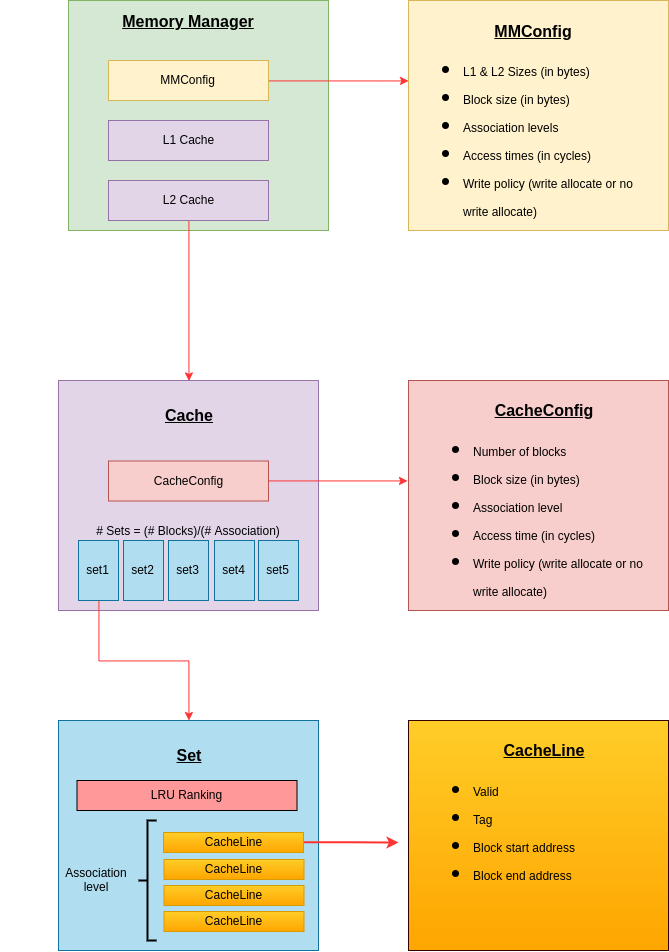
Above: Class Diagram (drawio).png in almogtzabari/computer_architecture_hw2_cache (draw.io), before the change. Source tidied: cells renumbered, new cells last; positions are measured from the earlier drawing's top-left corner, leaving out a move shared by most shapes.
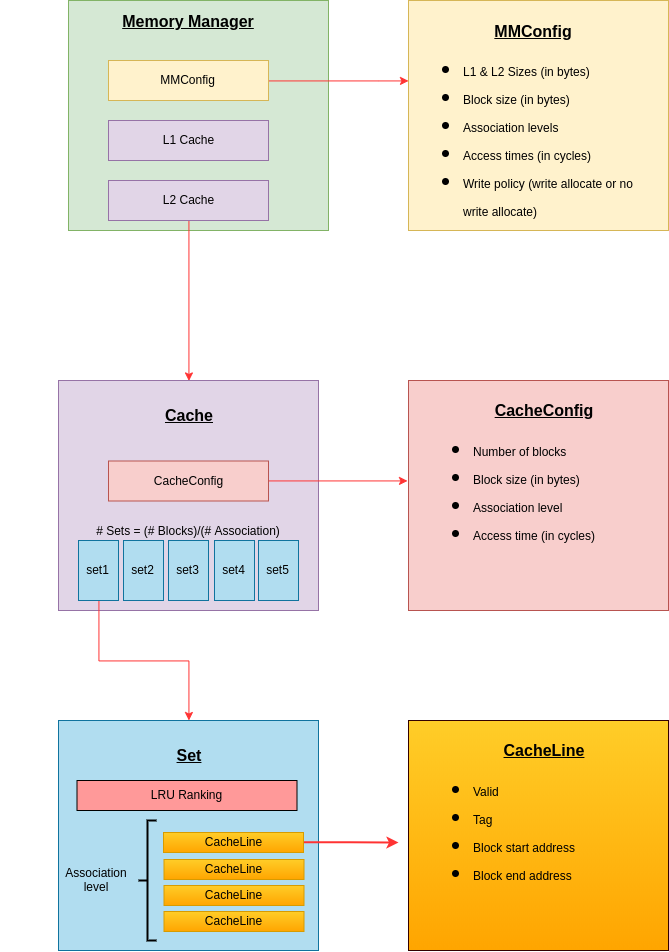
After the commit.

What changed in the source:
```diff
@@ -49,7 +49,7 @@
     <mxCell id="15" value="&lt;b&gt;&lt;u&gt;&lt;font style=&quot;font-size: 16px&quot;&gt;CacheConfig&lt;/font&gt;&lt;/u&gt;&lt;/b&gt;" style="text;html=1;strokeColor=none;fillColor=none;align=center;verticalAlign=middle;whiteSpace=wrap;rounded=0;" parent="1" vertex="1">
       <mxGeometry x="468" y="400" width="150" height="20" as="geometry" />
     </mxCell>
-    <mxCell id="16" value="&lt;h1&gt;&lt;ul&gt;&lt;li&gt;&lt;span style=&quot;font-size: 12px ; font-weight: 400&quot;&gt;Number of blocks&lt;/span&gt;&lt;/li&gt;&lt;li&gt;&lt;span style=&quot;font-size: 12px ; font-weight: 400&quot;&gt;Block size (in bytes)&lt;/span&gt;&lt;/li&gt;&lt;li&gt;&lt;span style=&quot;font-size: 12px ; font-weight: 400&quot;&gt;Association level&lt;/span&gt;&lt;/li&gt;&lt;li&gt;&lt;span style=&quot;font-size: 12px ; font-weight: 400&quot;&gt;Access time (in cycles)&lt;/span&gt;&lt;/li&gt;&lt;li&gt;&lt;span style=&quot;font-size: 12px ; font-weight: 400&quot;&gt;Write policy (write allocate or no write allocate)&lt;/span&gt;&lt;/li&gt;&lt;/ul&gt;&lt;/h1&gt;" style="text;html=1;strokeColor=none;fillColor=none;spacing=5;spacingTop=-20;whiteSpace=wrap;overflow=hidden;rounded=0;" parent="1" vertex="1">
+    <mxCell id="16" value="&lt;h1&gt;&lt;ul&gt;&lt;li&gt;&lt;span style=&quot;font-size: 12px ; font-weight: 400&quot;&gt;Number of blocks&lt;/span&gt;&lt;/li&gt;&lt;li&gt;&lt;span style=&quot;font-size: 12px ; font-weight: 400&quot;&gt;Block size (in bytes)&lt;/span&gt;&lt;/li&gt;&lt;li&gt;&lt;span style=&quot;font-size: 12px ; font-weight: 400&quot;&gt;Association level&lt;/span&gt;&lt;/li&gt;&lt;li&gt;&lt;span style=&quot;font-size: 12px ; font-weight: 400&quot;&gt;Access time (in cycles)&lt;/span&gt;&lt;/li&gt;&lt;/ul&gt;&lt;/h1&gt;" style="text;html=1;strokeColor=none;fillColor=none;spacing=5;spacingTop=-20;whiteSpace=wrap;overflow=hidden;rounded=0;" parent="1" vertex="1">
       <mxGeometry x="428" y="420" width="230" height="190" as="geometry" />
     </mxCell>
     <mxCell id="17" style="edgeStyle=orthogonalEdgeStyle;rounded=0;jettySize=auto;html=1;exitX=1;exitY=0.5;exitDx=0;exitDy=0;entryX=-0.002;entryY=0.439;entryDx=0;entryDy=0;entryPerimeter=0;strokeColor=#FF3333;" parent="1" edge="1" source="18" target="14">
```
